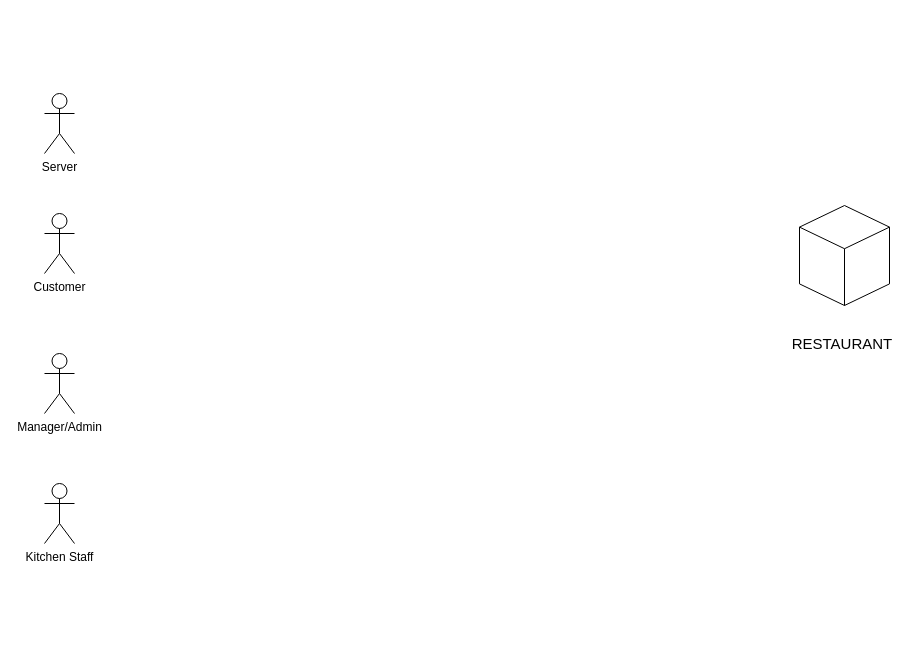
The draw.io diagram documentation/Use Case Diagram.drawio in KryptoFlamingo/Inventory_Management_App, before the edit. Source tidied: cells renumbered, new cells numbered last; positions are measured from the earlier drawing's top-left corner, leaving out a move shared by most shapes. Both pictures are drawn from the tidied source at 100%, with x=0, y=0 at pixel (44, 93).
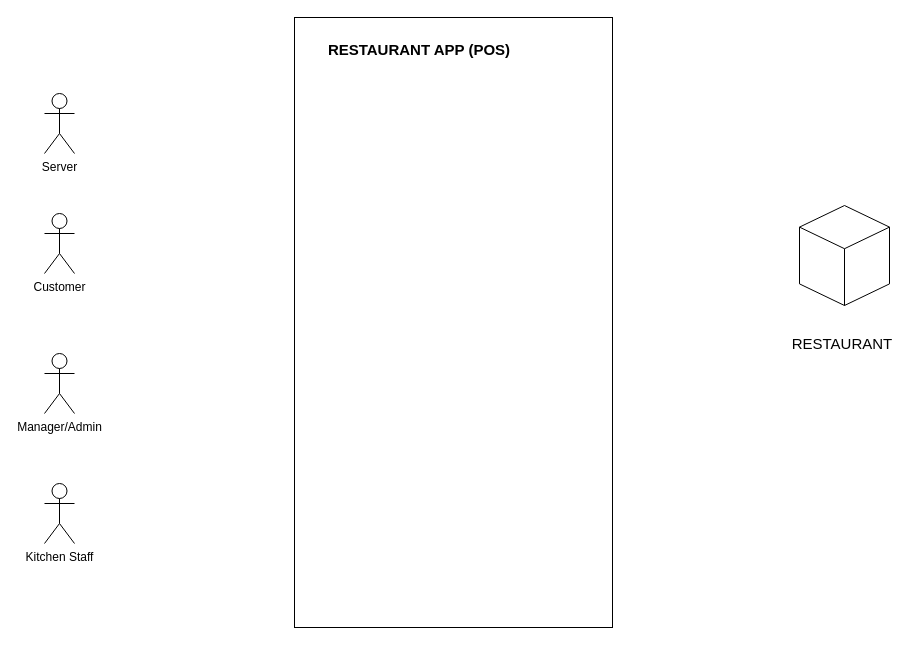
After the change.

The edit, as a diff of the source:
```diff
@@
 <mxGraphModel>
   <root>
     <mxCell id="0" />
     <mxCell id="1" parent="0" />
     <mxCell id="2" value="Server" style="shape=umlActor;verticalLabelPosition=bottom;verticalAlign=top;html=1;" parent="1" vertex="1">
       <mxGeometry width="30" height="60" as="geometry" />
     </mxCell>
     <mxCell id="3" value="Customer" style="shape=umlActor;verticalLabelPosition=bottom;verticalAlign=top;html=1;" parent="1" vertex="1">
       <mxGeometry y="120" width="30" height="60" as="geometry" />
     </mxCell>
     <mxCell id="4" value="Manager/Admin" style="shape=umlActor;verticalLabelPosition=bottom;verticalAlign=top;html=1;" parent="1" vertex="1">
       <mxGeometry y="260" width="30" height="60" as="geometry" />
     </mxCell>
     <mxCell id="5" value="Kitchen Staff" style="shape=umlActor;verticalLabelPosition=bottom;verticalAlign=top;html=1;" parent="1" vertex="1">
       <mxGeometry y="390" width="30" height="60" as="geometry" />
     </mxCell>
     <mxCell id="6" style="html=1;whiteSpace=wrap;shape=isoCube2;backgroundOutline=1;isoAngle=15;" parent="1" vertex="1">
       <mxGeometry x="755" y="112" width="90" height="100" as="geometry" />
     </mxCell>
     <mxCell id="7" value="&lt;font style=&quot;font-size: 15px&quot;&gt;RESTAURANT&lt;/font&gt;" style="text;html=1;strokeColor=none;fillColor=none;align=center;verticalAlign=middle;whiteSpace=wrap;rounded=0;" parent="1" vertex="1">
       <mxGeometry x="778" y="240" width="40" height="20" as="geometry" />
     </mxCell>
+    <mxCell id="8" style="rounded=0;whiteSpace=wrap;html=1;" parent="1" vertex="1">
+      <mxGeometry x="250" y="-76" width="318" height="610" as="geometry" />
+    </mxCell>
+    <mxCell id="9" value="&lt;b&gt;&lt;font style=&quot;font-size: 15px&quot;&gt;RESTAURANT APP (POS)&lt;/font&gt;&lt;/b&gt;" style="text;html=1;strokeColor=none;fillColor=none;align=center;verticalAlign=middle;whiteSpace=wrap;rounded=0;" parent="1" vertex="1">
+      <mxGeometry x="278" y="-54" width="194" height="20" as="geometry" />
+    </mxCell>
   </root>
 </mxGraphModel>
```
